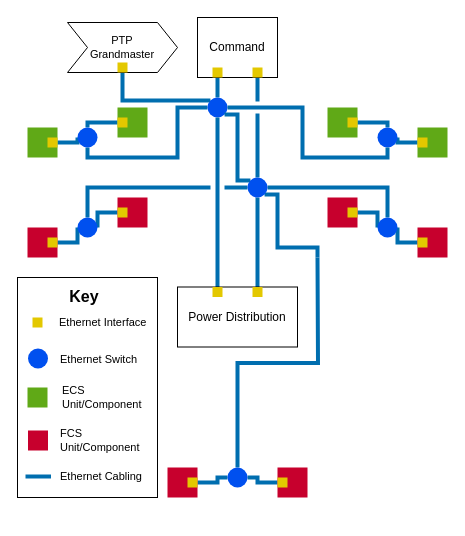
This is src/tsn_routing.drawio from Laura7089/hint-assessment1, a draw.io file, before an edit. Source tidied: cells renumbered, new cells numbered last; positions are measured from the earlier drawing's top-left corner, leaving out a move shared by most shapes. Both pictures are drawn from the tidied source at 100%, with x=0, y=0 at pixel (17, 17).
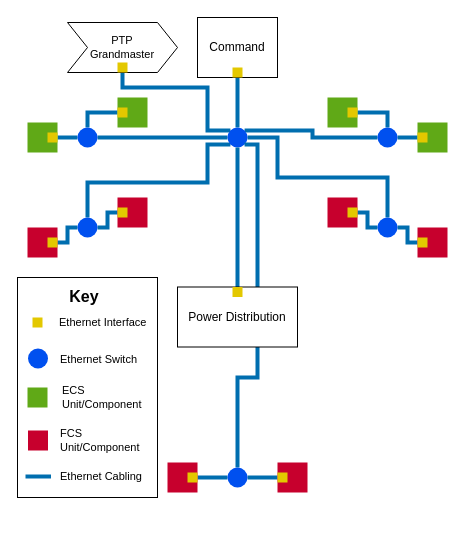
The same diagram, later.

The change refers to these unchanged cells:
```xml
<mxCell id="13" style="ellipse;whiteSpace=wrap;html=1;fillColor=#0050ef;fontColor=#ffffff;strokeColor=none;" parent="1" vertex="1">
  <mxGeometry x="60" y="200" width="20" height="20" as="geometry" />
</mxCell>
<mxCell id="15" style="ellipse;whiteSpace=wrap;html=1;fillColor=#0050ef;fontColor=#ffffff;strokeColor=none;" parent="1" vertex="1">
  <mxGeometry x="60" y="110" width="20" height="20" as="geometry" />
</mxCell>
<mxCell id="16" style="ellipse;whiteSpace=wrap;html=1;fillColor=#0050ef;fontColor=#ffffff;strokeColor=none;" parent="1" vertex="1">
  <mxGeometry x="360" y="110" width="20" height="20" as="geometry" />
</mxCell>
<mxCell id="18" style="ellipse;whiteSpace=wrap;html=1;fillColor=#0050ef;fontColor=#ffffff;strokeColor=none;" parent="1" vertex="1">
  <mxGeometry x="360" y="200" width="20" height="20" as="geometry" />
</mxCell>
<mxCell id="23" style="ellipse;whiteSpace=wrap;html=1;fillColor=#0050ef;fontColor=#ffffff;strokeColor=none;" parent="1" vertex="1">
  <mxGeometry x="210" y="450" width="20" height="20" as="geometry" />
</mxCell>
<mxCell id="51" style="group;" parent="1" vertex="1">
  <mxGeometry x="160" y="269.5" width="120" height="60" as="geometry" />
</mxCell>
<mxCell id="63" style="whiteSpace=wrap;html=1;fontFamily=Helvetica;fontSize=11;fontColor=#000000;fillColor=#e3c800;strokeColor=none;" parent="61" vertex="1">
  <mxGeometry y="10" width="10" height="10" as="geometry" />
</mxCell>
<mxCell id="72" style="whiteSpace=wrap;html=1;fontFamily=Helvetica;fontSize=11;fontColor=#000000;fillColor=#e3c800;strokeColor=none;" parent="70" vertex="1">
  <mxGeometry x="20" y="10" width="10" height="10" as="geometry" />
</mxCell>
<mxCell id="75" style="whiteSpace=wrap;html=1;fontFamily=Helvetica;fontSize=11;fontColor=#000000;fillColor=#e3c800;strokeColor=none;" parent="73" vertex="1">
  <mxGeometry x="20" y="10" width="10" height="10" as="geometry" />
</mxCell>
<mxCell id="78" style="whiteSpace=wrap;html=1;fontFamily=Helvetica;fontSize=11;fontColor=#000000;fillColor=#e3c800;strokeColor=none;" parent="76" vertex="1">
  <mxGeometry y="10" width="10" height="10" as="geometry" />
</mxCell>
<mxCell id="80" style="whiteSpace=wrap;html=1;fillColor=#C7002D;fontColor=#ffffff;strokeColor=none;" parent="79" vertex="1">
  <mxGeometry width="30" height="30" as="geometry" />
</mxCell>
<mxCell id="83" style="whiteSpace=wrap;html=1;fillColor=#C7002D;fontColor=#ffffff;strokeColor=none;" parent="82" vertex="1">
  <mxGeometry width="30" height="30" as="geometry" />
</mxCell>
<mxCell id="85" style="group;" parent="1" vertex="1">
  <mxGeometry x="180" width="80" height="60" as="geometry" />
</mxCell>
<mxCell id="86" value="Command" style="whiteSpace=wrap;html=1;" parent="85" vertex="1">
  <mxGeometry width="80" height="60" as="geometry" />
</mxCell>
<mxCell id="90" value="PTP &lt;br&gt;Grandmaster" style="shape=step;perimeter=stepPerimeter;whiteSpace=wrap;html=1;fixedSize=1;fontFamily=Helvetica;fontSize=11;fontColor=default;" parent="89" vertex="1">
  <mxGeometry width="110" height="50" as="geometry" />
</mxCell>
```

The edit, as a diff of the source:
```diff
@@
     <mxCell id="2" style="edgeStyle=orthogonalEdgeStyle;shape=connector;rounded=0;jettySize=auto;html=1;entryX=1;entryY=0.5;entryDx=0;entryDy=0;labelBackgroundColor=default;strokeColor=#006EAF;strokeWidth=4;align=center;verticalAlign=middle;fontFamily=Helvetica;fontSize=11;fontColor=default;endArrow=none;endFill=0;fillColor=#1ba1e2;exitX=0;exitY=0.5;exitDx=0;exitDy=0;" parent="1" edge="1" source="80" target="18">
-      <mxGeometry relative="1" as="geometry" />
+      <mxGeometry relative="1" as="geometry">
+        <Array as="points">
+          <mxPoint x="390" y="225" />
+          <mxPoint x="390" y="210" />
+        </Array>
+      </mxGeometry>
     </mxCell>
     <mxCell id="3" style="edgeStyle=orthogonalEdgeStyle;shape=connector;rounded=0;jettySize=auto;html=1;exitX=1;exitY=0.5;exitDx=0;exitDy=0;entryX=0;entryY=0.5;entryDx=0;entryDy=0;labelBackgroundColor=default;strokeColor=#006EAF;strokeWidth=4;align=center;verticalAlign=middle;fontFamily=Helvetica;fontSize=11;fontColor=default;endArrow=none;endFill=0;fillColor=#1ba1e2;" parent="1" edge="1" source="75" target="13">
-      <mxGeometry relative="1" as="geometry" />
+      <mxGeometry relative="1" as="geometry">
+        <Array as="points">
+          <mxPoint x="50" y="225" />
+          <mxPoint x="50" y="210" />
+        </Array>
+      </mxGeometry>
     </mxCell>
     <mxCell id="4" style="edgeStyle=orthogonalEdgeStyle;shape=connector;rounded=0;jettySize=auto;html=1;exitX=0;exitY=0.5;exitDx=0;exitDy=0;entryX=1;entryY=0.5;entryDx=0;entryDy=0;labelBackgroundColor=default;strokeColor=#006EAF;strokeWidth=4;align=center;verticalAlign=middle;fontFamily=Helvetica;fontSize=11;fontColor=default;endArrow=none;endFill=0;fillColor=#1ba1e2;" parent="1" edge="1" source="78" target="13">
-      <mxGeometry relative="1" as="geometry" />
+      <mxGeometry relative="1" as="geometry">
+        <Array as="points">
+          <mxPoint x="90" y="195" />
+          <mxPoint x="90" y="210" />
+        </Array>
+      </mxGeometry>
     </mxCell>
     <mxCell id="5" style="edgeStyle=orthogonalEdgeStyle;shape=connector;rounded=0;jettySize=auto;html=1;exitX=1;exitY=0.5;exitDx=0;exitDy=0;entryX=0;entryY=0.5;entryDx=0;entryDy=0;labelBackgroundColor=default;strokeColor=#006EAF;strokeWidth=4;align=center;verticalAlign=middle;fontFamily=Helvetica;fontSize=11;fontColor=default;endArrow=none;endFill=0;fillColor=#1ba1e2;" parent="1" edge="1" source="83" target="18">
-      <mxGeometry relative="1" as="geometry" />
+      <mxGeometry relative="1" as="geometry">
+        <Array as="points">
+          <mxPoint x="350" y="195" />
+          <mxPoint x="350" y="210" />
+        </Array>
+      </mxGeometry>
     </mxCell>
@@
-    <mxCell id="7" style="edgeStyle=orthogonalEdgeStyle;shape=connector;rounded=0;jettySize=auto;html=1;exitX=0;exitY=0.5;exitDx=0;exitDy=0;entryX=1;entryY=0.5;entryDx=0;entryDy=0;labelBackgroundColor=default;strokeColor=#006EAF;strokeWidth=4;align=center;verticalAlign=middle;fontFamily=Helvetica;fontSize=11;fontColor=default;endArrow=none;endFill=0;fillColor=#1ba1e2;" parent="1" edge="1" source="63" target="16">
-      <mxGeometry relative="1" as="geometry" />
-    </mxCell>
@@
-    <mxCell id="9" style="edgeStyle=orthogonalEdgeStyle;shape=connector;rounded=0;jettySize=auto;html=1;exitX=1;exitY=0.5;exitDx=0;exitDy=0;entryX=0;entryY=0.5;entryDx=0;entryDy=0;labelBackgroundColor=default;strokeColor=#006EAF;strokeWidth=4;align=center;verticalAlign=middle;fontFamily=Helvetica;fontSize=11;fontColor=default;endArrow=none;endFill=0;fillColor=#1ba1e2;" parent="1" edge="1" source="72" target="15">
-      <mxGeometry relative="1" as="geometry" />
-    </mxCell>
@@
-    <mxCell id="12" style="edgeStyle=orthogonalEdgeStyle;shape=connector;rounded=0;jettySize=auto;html=1;exitX=0.5;exitY=0;exitDx=0;exitDy=0;entryX=0;entryY=0.5;entryDx=0;entryDy=0;labelBackgroundColor=default;strokeColor=#006EAF;strokeWidth=4;align=center;verticalAlign=middle;fontFamily=Helvetica;fontSize=11;fontColor=default;endArrow=none;endFill=0;fillColor=#1ba1e2;" parent="1" edge="1" source="13" target="28">
-      <mxGeometry relative="1" as="geometry" />
+    <mxCell id="12" style="edgeStyle=orthogonalEdgeStyle;shape=connector;rounded=0;jettySize=auto;html=1;exitX=0.5;exitY=0;exitDx=0;exitDy=0;labelBackgroundColor=default;strokeColor=#006EAF;strokeWidth=4;align=center;verticalAlign=middle;fontFamily=Helvetica;fontSize=11;fontColor=default;endArrow=none;endFill=0;fillColor=#1ba1e2;entryX=0;entryY=1;entryDx=0;entryDy=0;" parent="1" edge="1" source="13" target="21">
+      <mxGeometry relative="1" as="geometry">
+        <Array as="points">
+          <mxPoint x="70" y="165" />
+          <mxPoint x="190" y="165" />
+          <mxPoint x="190" y="127" />
+        </Array>
+      </mxGeometry>
     </mxCell>
@@
-    <mxCell id="14" style="edgeStyle=orthogonalEdgeStyle;shape=connector;rounded=0;jettySize=auto;html=1;exitX=0.5;exitY=1;exitDx=0;exitDy=0;entryX=0;entryY=0.5;entryDx=0;entryDy=0;labelBackgroundColor=default;strokeColor=#006EAF;strokeWidth=4;align=center;verticalAlign=middle;fontFamily=Helvetica;fontSize=11;fontColor=default;endArrow=none;endFill=0;fillColor=#1ba1e2;" parent="1" edge="1" source="15" target="21">
-      <mxGeometry relative="1" as="geometry">
-        <Array as="points">
-          <mxPoint x="70" y="140" />
-          <mxPoint x="160" y="140" />
-          <mxPoint x="160" y="90" />
-        </Array>
-      </mxGeometry>
+    <mxCell id="14" style="edgeStyle=orthogonalEdgeStyle;shape=connector;rounded=0;jettySize=auto;html=1;exitX=1;exitY=0.5;exitDx=0;exitDy=0;entryX=0;entryY=0.5;entryDx=0;entryDy=0;labelBackgroundColor=default;strokeColor=#006EAF;strokeWidth=4;align=center;verticalAlign=middle;fontFamily=Helvetica;fontSize=11;fontColor=default;endArrow=none;endFill=0;fillColor=#1ba1e2;" parent="1" edge="1" source="15" target="21">
+      <mxGeometry relative="1" as="geometry" />
     </mxCell>
+    <mxCell id="92" style="edgeStyle=orthogonalEdgeStyle;shape=connector;rounded=0;jettySize=auto;html=1;exitX=0;exitY=0.5;exitDx=0;exitDy=0;entryX=1;entryY=0.5;entryDx=0;entryDy=0;labelBackgroundColor=default;strokeColor=#006EAF;strokeWidth=4;align=center;verticalAlign=middle;fontFamily=Helvetica;fontSize=11;fontColor=default;endArrow=none;endFill=0;fillColor=#1ba1e2;" parent="1" edge="1" source="15" target="72">
+      <mxGeometry relative="1" as="geometry" />
+    </mxCell>
@@
+    <mxCell id="93" style="edgeStyle=orthogonalEdgeStyle;shape=connector;rounded=0;jettySize=auto;html=1;exitX=1;exitY=0.5;exitDx=0;exitDy=0;entryX=0;entryY=0.5;entryDx=0;entryDy=0;labelBackgroundColor=default;strokeColor=#006EAF;strokeWidth=4;align=center;verticalAlign=middle;fontFamily=Helvetica;fontSize=11;fontColor=default;endArrow=none;endFill=0;fillColor=#1ba1e2;" parent="1" edge="1" source="16" target="63">
+      <mxGeometry relative="1" as="geometry" />
+    </mxCell>
+    <mxCell id="50" style="edgeStyle=orthogonalEdgeStyle;shape=connector;rounded=0;jettySize=auto;html=1;exitX=0;exitY=0.5;exitDx=0;exitDy=0;entryX=1;entryY=0;entryDx=0;entryDy=0;labelBackgroundColor=default;strokeColor=#006EAF;strokeWidth=4;align=center;verticalAlign=middle;fontFamily=Helvetica;fontSize=11;fontColor=default;endArrow=none;endFill=0;fillColor=#1ba1e2;" parent="1" edge="1" source="16" target="21">
+      <mxGeometry relative="1" as="geometry" />
+    </mxCell>
@@
-    <mxCell id="17" style="edgeStyle=orthogonalEdgeStyle;shape=connector;rounded=0;jettySize=auto;html=1;exitX=0.5;exitY=0;exitDx=0;exitDy=0;entryX=1;entryY=0.5;entryDx=0;entryDy=0;labelBackgroundColor=default;strokeColor=#006EAF;strokeWidth=4;align=center;verticalAlign=middle;fontFamily=Helvetica;fontSize=11;fontColor=default;endArrow=none;endFill=0;fillColor=#1ba1e2;" parent="1" edge="1" source="18" target="28">
-      <mxGeometry relative="1" as="geometry" />
+    <mxCell id="17" style="edgeStyle=orthogonalEdgeStyle;shape=connector;rounded=0;jettySize=auto;html=1;exitX=0.5;exitY=0;exitDx=0;exitDy=0;labelBackgroundColor=default;strokeColor=#006EAF;strokeWidth=4;align=center;verticalAlign=middle;fontFamily=Helvetica;fontSize=11;fontColor=default;endArrow=none;endFill=0;fillColor=#1ba1e2;entryX=1;entryY=0.5;entryDx=0;entryDy=0;" parent="1" edge="1" source="18" target="21">
+      <mxGeometry relative="1" as="geometry">
+        <Array as="points">
+          <mxPoint x="370" y="160" />
+          <mxPoint x="260" y="160" />
+          <mxPoint x="260" y="120" />
+        </Array>
+      </mxGeometry>
     </mxCell>
@@
-    <mxCell id="19" style="edgeStyle=orthogonalEdgeStyle;shape=connector;rounded=0;jettySize=auto;html=1;exitX=0.5;exitY=0;exitDx=0;exitDy=0;entryX=0.25;entryY=1;entryDx=0;entryDy=0;labelBackgroundColor=default;strokeColor=#006EAF;strokeWidth=4;align=center;verticalAlign=middle;fontFamily=Helvetica;fontSize=11;fontColor=default;endArrow=none;endFill=0;fillColor=#1ba1e2;" parent="1" edge="1" source="21" target="86">
+    <mxCell id="19" style="edgeStyle=orthogonalEdgeStyle;shape=connector;rounded=0;jettySize=auto;html=1;exitX=0.5;exitY=0;exitDx=0;exitDy=0;entryX=0.5;entryY=1;entryDx=0;entryDy=0;labelBackgroundColor=default;strokeColor=#006EAF;strokeWidth=4;align=center;verticalAlign=middle;fontFamily=Helvetica;fontSize=11;fontColor=default;endArrow=none;endFill=0;fillColor=#1ba1e2;" parent="1" edge="1" source="21" target="86">
       <mxGeometry relative="1" as="geometry" />
     </mxCell>
     <mxCell id="20" style="edgeStyle=orthogonalEdgeStyle;shape=connector;rounded=0;jettySize=auto;html=1;exitX=0;exitY=0;exitDx=0;exitDy=0;entryX=0.5;entryY=1;entryDx=0;entryDy=0;labelBackgroundColor=default;strokeColor=#006EAF;strokeWidth=4;align=center;verticalAlign=middle;fontFamily=Helvetica;fontSize=11;fontColor=default;endArrow=none;endFill=0;fillColor=#1ba1e2;" parent="1" edge="1" source="21" target="90">
-      <mxGeometry relative="1" as="geometry" />
+      <mxGeometry relative="1" as="geometry">
+        <Array as="points">
+          <mxPoint x="190" y="113" />
+          <mxPoint x="190" y="70" />
+          <mxPoint x="105" y="70" />
+        </Array>
+      </mxGeometry>
     </mxCell>
     <mxCell id="21" style="ellipse;whiteSpace=wrap;html=1;fillColor=#0050ef;fontColor=#ffffff;strokeColor=none;" parent="1" vertex="1">
-      <mxGeometry x="190" y="80" width="20" height="20" as="geometry" />
+      <mxGeometry x="210" y="110" width="20" height="20" as="geometry" />
     </mxCell>
-    <mxCell id="22" style="edgeStyle=orthogonalEdgeStyle;shape=connector;rounded=0;jettySize=auto;html=1;exitX=0.5;exitY=0;exitDx=0;exitDy=0;labelBackgroundColor=default;strokeColor=#006EAF;strokeWidth=4;align=center;verticalAlign=middle;fontFamily=Helvetica;fontSize=11;fontColor=default;endArrow=none;endFill=0;fillColor=#1ba1e2;" parent="1" edge="1" source="23">
-      <mxGeometry relative="1" as="geometry">
-        <mxPoint x="300" y="240" as="targetPoint" />
-      </mxGeometry>
-    </mxCell>
+    <mxCell id="94" style="edgeStyle=orthogonalEdgeStyle;shape=connector;rounded=0;jettySize=auto;html=1;exitX=0.5;exitY=0;exitDx=0;exitDy=0;entryX=1;entryY=1;entryDx=0;entryDy=0;labelBackgroundColor=default;strokeColor=#006EAF;strokeWidth=4;align=center;verticalAlign=middle;fontFamily=Helvetica;fontSize=11;fontColor=default;endArrow=none;endFill=0;fillColor=#1ba1e2;" parent="1" edge="1" source="23" target="21">
+      <mxGeometry relative="1" as="geometry">
+        <Array as="points">
+          <mxPoint x="220" y="360" />
+          <mxPoint x="240" y="360" />
+          <mxPoint x="240" y="127" />
+        </Array>
+      </mxGeometry>
+    </mxCell>
@@
-    <mxCell id="24" style="edgeStyle=orthogonalEdgeStyle;shape=connector;rounded=0;jettySize=auto;html=1;exitX=1;exitY=1;exitDx=0;exitDy=0;labelBackgroundColor=default;strokeColor=#006EAF;strokeWidth=4;align=center;verticalAlign=middle;fontFamily=Helvetica;fontSize=11;fontColor=default;endArrow=none;endFill=0;fillColor=#1ba1e2;" parent="1" edge="1" source="28">
-      <mxGeometry relative="1" as="geometry">
-        <mxPoint x="300" y="240" as="targetPoint" />
-        <Array as="points">
-          <mxPoint x="260" y="177" />
-          <mxPoint x="260" y="230" />
-          <mxPoint x="300" y="230" />
-        </Array>
-      </mxGeometry>
-    </mxCell>
-    <mxCell id="25" style="edgeStyle=orthogonalEdgeStyle;shape=connector;rounded=0;jettySize=auto;html=1;exitX=0.5;exitY=1;exitDx=0;exitDy=0;entryX=0.5;entryY=0;entryDx=0;entryDy=0;labelBackgroundColor=default;strokeColor=#006EAF;strokeWidth=4;align=center;verticalAlign=middle;fontFamily=Helvetica;fontSize=11;fontColor=default;endArrow=none;endFill=0;fillColor=#1ba1e2;" parent="1" edge="1" source="28" target="54">
-      <mxGeometry relative="1" as="geometry" />
-    </mxCell>
-    <mxCell id="26" style="edgeStyle=orthogonalEdgeStyle;shape=connector;rounded=0;jettySize=auto;html=1;exitX=0.5;exitY=0;exitDx=0;exitDy=0;entryX=0.75;entryY=1;entryDx=0;entryDy=0;labelBackgroundColor=default;strokeColor=#006EAF;strokeWidth=4;align=center;verticalAlign=middle;fontFamily=Helvetica;fontSize=11;fontColor=default;endArrow=none;endFill=0;fillColor=#1ba1e2;" parent="1" edge="1" source="28" target="86">
-      <mxGeometry relative="1" as="geometry" />
-    </mxCell>
-    <mxCell id="27" style="edgeStyle=orthogonalEdgeStyle;shape=connector;rounded=0;jettySize=auto;html=1;exitX=0;exitY=0;exitDx=0;exitDy=0;entryX=1;entryY=1;entryDx=0;entryDy=0;labelBackgroundColor=default;strokeColor=#006EAF;strokeWidth=4;align=center;verticalAlign=middle;fontFamily=Helvetica;fontSize=11;fontColor=default;endArrow=none;endFill=0;fillColor=#1ba1e2;" parent="1" edge="1" source="28" target="21">
-      <mxGeometry relative="1" as="geometry">
-        <Array as="points">
-          <mxPoint x="220" y="163" />
-          <mxPoint x="220" y="97" />
-        </Array>
-      </mxGeometry>
-    </mxCell>
-    <mxCell id="28" style="ellipse;whiteSpace=wrap;html=1;fillColor=#0050ef;fontColor=#ffffff;strokeColor=none;" parent="1" vertex="1">
-      <mxGeometry x="230" y="160" width="20" height="20" as="geometry" />
-    </mxCell>
@@
-    <mxCell id="47" style="whiteSpace=wrap;html=1;fontFamily=Helvetica;fontSize=11;strokeColor=none;" parent="1" vertex="1">
-      <mxGeometry x="193" y="166" width="14" height="8" as="geometry" />
-    </mxCell>
@@
-    <mxCell id="49" style="whiteSpace=wrap;html=1;fontFamily=Helvetica;fontSize=11;strokeColor=none;rotation=90;" parent="1" vertex="1">
-      <mxGeometry x="234" y="86" width="12" height="8" as="geometry" />
-    </mxCell>
-    <mxCell id="50" style="edgeStyle=orthogonalEdgeStyle;shape=connector;rounded=0;jettySize=auto;html=1;exitX=0.5;exitY=1;exitDx=0;exitDy=0;entryX=1;entryY=0.5;entryDx=0;entryDy=0;labelBackgroundColor=default;strokeColor=#006EAF;strokeWidth=4;align=center;verticalAlign=middle;fontFamily=Helvetica;fontSize=11;fontColor=default;endArrow=none;endFill=0;fillColor=#1ba1e2;" parent="1" edge="1" source="16" target="21">
-      <mxGeometry relative="1" as="geometry">
-        <Array as="points">
-          <mxPoint x="370" y="140" />
-          <mxPoint x="285" y="140" />
-          <mxPoint x="285" y="90" />
-        </Array>
-      </mxGeometry>
-    </mxCell>
@@
     <mxCell id="53" style="whiteSpace=wrap;html=1;fontFamily=Helvetica;fontSize=11;fontColor=#000000;fillColor=#e3c800;strokeColor=none;" parent="51" vertex="1">
-      <mxGeometry x="35" width="10" height="10" as="geometry" />
+      <mxGeometry x="55" width="10" height="10" as="geometry" />
     </mxCell>
-    <mxCell id="54" style="whiteSpace=wrap;html=1;fontFamily=Helvetica;fontSize=11;fontColor=#000000;fillColor=#e3c800;strokeColor=none;" parent="51" vertex="1">
-      <mxGeometry x="75" width="10" height="10" as="geometry" />
-    </mxCell>
     <mxCell id="55" style="group;" parent="1" vertex="1">
-      <mxGeometry x="260" y="450" width="30" height="30" as="geometry" />
+      <mxGeometry x="260" y="445" width="30" height="30" as="geometry" />
     </mxCell>
@@
     <mxCell id="58" style="group;" parent="1" vertex="1">
-      <mxGeometry x="150" y="450" width="30" height="30" as="geometry" />
+      <mxGeometry x="150" y="445" width="30" height="30" as="geometry" />
     </mxCell>
@@
     <mxCell id="61" style="group;" parent="1" vertex="1">
-      <mxGeometry x="400" y="110" width="30" height="30" as="geometry" />
+      <mxGeometry x="400" y="105" width="30" height="30" as="geometry" />
     </mxCell>
@@
     <mxCell id="64" style="group;" parent="1" vertex="1">
-      <mxGeometry x="310" y="90" width="30" height="30" as="geometry" />
+      <mxGeometry x="310" y="80" width="30" height="30" as="geometry" />
     </mxCell>
@@
     <mxCell id="67" style="group;" parent="1" vertex="1">
-      <mxGeometry x="100" y="90" width="30" height="30" as="geometry" />
+      <mxGeometry x="100" y="80" width="30" height="30" as="geometry" />
     </mxCell>
@@
     <mxCell id="70" style="group;" parent="1" vertex="1">
-      <mxGeometry x="10" y="110" width="30" height="30" as="geometry" />
+      <mxGeometry x="10" y="105" width="30" height="30" as="geometry" />
     </mxCell>
@@
     <mxCell id="87" style="whiteSpace=wrap;html=1;fontFamily=Helvetica;fontSize=11;fontColor=#000000;fillColor=#e3c800;strokeColor=none;" parent="85" vertex="1">
-      <mxGeometry x="15" y="50" width="10" height="10" as="geometry" />
+      <mxGeometry x="35" y="50" width="10" height="10" as="geometry" />
     </mxCell>
-    <mxCell id="88" style="whiteSpace=wrap;html=1;fontFamily=Helvetica;fontSize=11;fontColor=#000000;fillColor=#e3c800;strokeColor=none;" parent="85" vertex="1">
-      <mxGeometry x="55" y="50" width="10" height="10" as="geometry" />
-    </mxCell>
```
